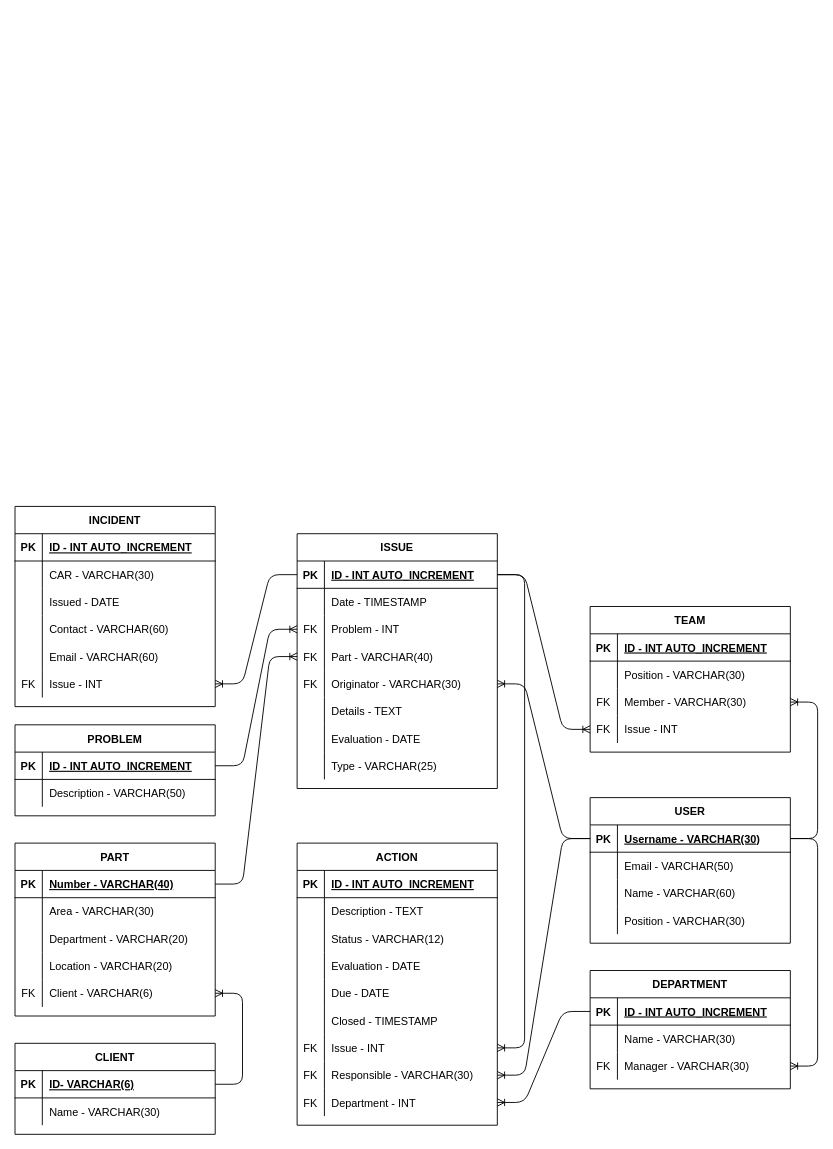
Earlier version of the draw.io diagram api/db/model/TableDiagram.drawio (FFahrenheit/ScrapActionListAPI). Source tidied: cells renumbered, new cells numbered last; positions are measured from the earlier drawing's top-left corner, leaving out a move shared by most shapes. Both pictures are drawn from the tidied source at 91%, with x=0, y=0 at pixel (15, 506).
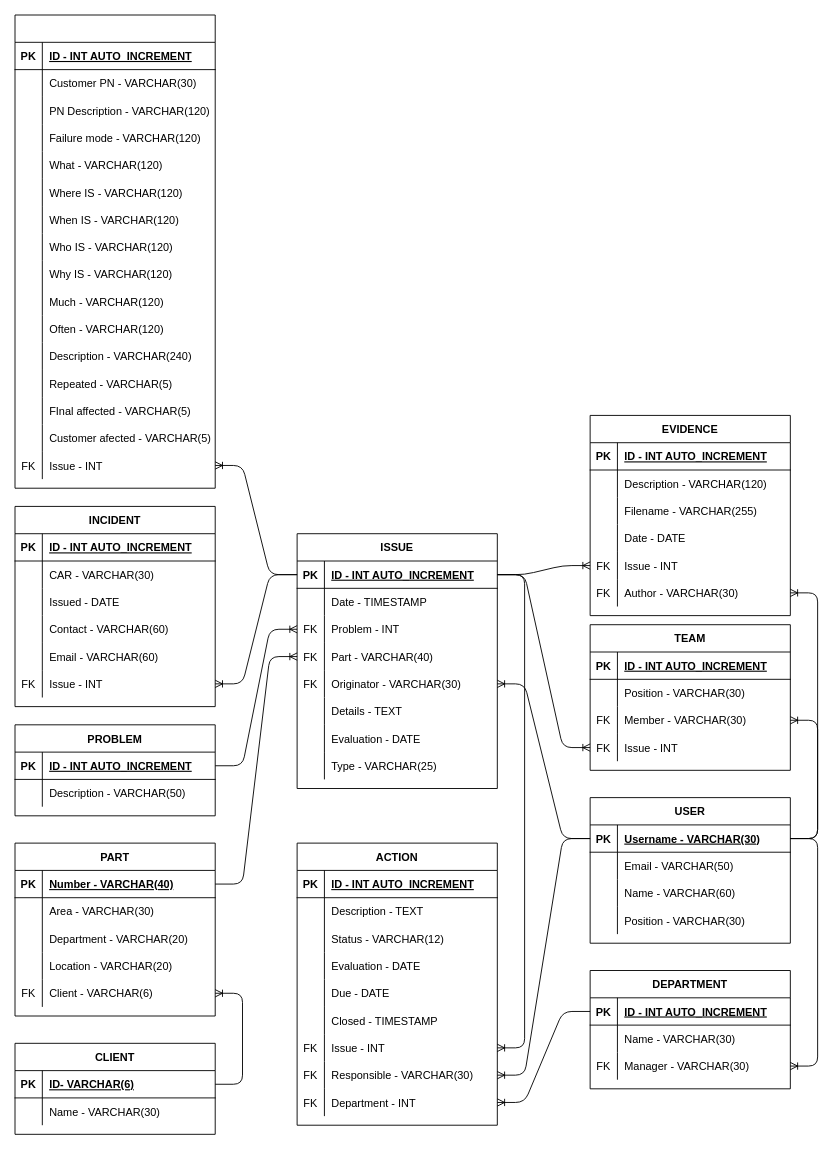
Above is the later version.

Commit message (it also covers changes not shown here):
Agregado diagrama de tablas y sentencias SQL

Unchanged cells that the change refers to:
```xml
<mxCell id="33" style="shape=partialRectangle;fillColor=none;top=0;left=0;bottom=1;right=0;points=[[0,0.5],[1,0.5]];portConstraint=eastwest;" parent="32" vertex="1">
  <mxGeometry y="30" width="220" height="30" as="geometry" />
</mxCell>
<mxCell id="58" style="shape=partialRectangle;fillColor=none;top=0;left=0;bottom=1;right=0;points=[[0,0.5],[1,0.5]];portConstraint=eastwest;" parent="57" vertex="1">
  <mxGeometry y="30" width="220" height="30" as="geometry" />
</mxCell>
```

The edit, as a diff of the source:
```diff
@@
     <mxCell id="116" value="TEAM" style="shape=table;startSize=30;childLayout=tableLayout;rowLines=0;fontStyle=1;align=center;" parent="1" vertex="1">
-      <mxGeometry x="632" y="110" width="220" height="160" as="geometry" />
+      <mxGeometry x="632" y="130" width="220" height="160" as="geometry" />
     </mxCell>
@@
+    <mxCell id="151" style="shape=table;startSize=30;childLayout=tableLayout;rowLines=0;fontStyle=1;align=center;" parent="1" vertex="1">
+      <mxGeometry y="-540" width="220" height="520" as="geometry" />
+    </mxCell>
+    <mxCell id="152" style="shape=partialRectangle;fillColor=none;top=0;left=0;bottom=1;right=0;" parent="151" vertex="1">
+      <mxGeometry y="30" width="220" height="30" as="geometry" />
+    </mxCell>
+    <mxCell id="153" value="PK" style="shape=partialRectangle;fillColor=none;top=0;left=0;bottom=0;right=0;fontStyle=1;overflow=hidden;" parent="152" vertex="1">
+      <mxGeometry width="30" height="30" as="geometry" />
+    </mxCell>
+    <mxCell id="154" value="ID - INT AUTO_INCREMENT" style="shape=partialRectangle;fillColor=none;top=0;left=0;bottom=0;right=0;align=left;spacingLeft=6;fontStyle=5;overflow=hidden;" parent="152" vertex="1">
+      <mxGeometry x="30" width="190" height="30" as="geometry" />
+    </mxCell>
+    <mxCell id="155" style="shape=partialRectangle;fillColor=none;top=0;left=0;bottom=0;right=0;" parent="151" vertex="1">
+      <mxGeometry y="60" width="220" height="30" as="geometry" />
+    </mxCell>
+    <mxCell id="156" style="shape=partialRectangle;fillColor=none;top=0;left=0;bottom=0;right=0;overflow=hidden;" parent="155" vertex="1">
+      <mxGeometry width="30" height="30" as="geometry" />
+    </mxCell>
+    <mxCell id="157" value="Customer PN - VARCHAR(30)" style="shape=partialRectangle;fillColor=none;top=0;left=0;bottom=0;right=0;align=left;spacingLeft=6;overflow=hidden;" parent="155" vertex="1">
+      <mxGeometry x="30" width="190" height="30" as="geometry" />
+    </mxCell>
+    <mxCell id="158" style="shape=partialRectangle;fillColor=none;top=0;left=0;bottom=0;right=0;" parent="151" vertex="1">
+      <mxGeometry y="90" width="220" height="30" as="geometry" />
+    </mxCell>
+    <mxCell id="159" style="shape=partialRectangle;fillColor=none;top=0;left=0;bottom=0;right=0;fontStyle=0;overflow=hidden;" parent="158" vertex="1">
+      <mxGeometry width="30" height="30" as="geometry" />
+    </mxCell>
+    <mxCell id="160" value="PN Description - VARCHAR(120)" style="shape=partialRectangle;fillColor=none;top=0;left=0;bottom=0;right=0;align=left;spacingLeft=6;fontStyle=0;overflow=hidden;" parent="158" vertex="1">
+      <mxGeometry x="30" width="190" height="30" as="geometry" />
+    </mxCell>
+    <mxCell id="161" style="shape=partialRectangle;fillColor=none;top=0;left=0;bottom=0;right=0;" parent="151" vertex="1">
+      <mxGeometry y="120" width="220" height="30" as="geometry" />
+    </mxCell>
+    <mxCell id="162" style="shape=partialRectangle;fillColor=none;top=0;left=0;bottom=0;right=0;fontStyle=0;overflow=hidden;" parent="161" vertex="1">
+      <mxGeometry width="30" height="30" as="geometry" />
+    </mxCell>
+    <mxCell id="163" value="Failure mode - VARCHAR(120)" style="shape=partialRectangle;fillColor=none;top=0;left=0;bottom=0;right=0;align=left;spacingLeft=6;fontStyle=0;overflow=hidden;" parent="161" vertex="1">
+      <mxGeometry x="30" width="190" height="30" as="geometry" />
+    </mxCell>
+    <mxCell id="164" style="shape=partialRectangle;fillColor=none;top=0;left=0;bottom=0;right=0;" parent="151" vertex="1">
+      <mxGeometry y="150" width="220" height="30" as="geometry" />
+    </mxCell>
+    <mxCell id="165" style="shape=partialRectangle;fillColor=none;top=0;left=0;bottom=0;right=0;overflow=hidden;" parent="164" vertex="1">
+      <mxGeometry width="30" height="30" as="geometry" />
+    </mxCell>
+    <mxCell id="166" value="What - VARCHAR(120)" style="shape=partialRectangle;fillColor=none;top=0;left=0;bottom=0;right=0;align=left;spacingLeft=6;overflow=hidden;" parent="164" vertex="1">
+      <mxGeometry x="30" width="190" height="30" as="geometry" />
+    </mxCell>
+    <mxCell id="167" style="shape=partialRectangle;fillColor=none;top=0;left=0;bottom=0;right=0;" parent="151" vertex="1">
+      <mxGeometry y="180" width="220" height="30" as="geometry" />
+    </mxCell>
+    <mxCell id="168" style="shape=partialRectangle;fillColor=none;top=0;left=0;bottom=0;right=0;overflow=hidden;" parent="167" vertex="1">
+      <mxGeometry width="30" height="30" as="geometry" />
+    </mxCell>
+    <mxCell id="169" value="Where IS - VARCHAR(120)" style="shape=partialRectangle;fillColor=none;top=0;left=0;bottom=0;right=0;align=left;spacingLeft=6;overflow=hidden;" parent="167" vertex="1">
+      <mxGeometry x="30" width="190" height="30" as="geometry" />
+    </mxCell>
+    <mxCell id="170" style="shape=partialRectangle;fillColor=none;top=0;left=0;bottom=0;right=0;" parent="151" vertex="1">
+      <mxGeometry y="210" width="220" height="30" as="geometry" />
+    </mxCell>
+    <mxCell id="171" style="shape=partialRectangle;fillColor=none;top=0;left=0;bottom=0;right=0;overflow=hidden;" parent="170" vertex="1">
+      <mxGeometry width="30" height="30" as="geometry" />
+    </mxCell>
+    <mxCell id="172" value="When IS - VARCHAR(120)" style="shape=partialRectangle;fillColor=none;top=0;left=0;bottom=0;right=0;align=left;spacingLeft=6;overflow=hidden;" parent="170" vertex="1">
+      <mxGeometry x="30" width="190" height="30" as="geometry" />
+    </mxCell>
+    <mxCell id="173" style="shape=partialRectangle;fillColor=none;top=0;left=0;bottom=0;right=0;" parent="151" vertex="1">
+      <mxGeometry y="240" width="220" height="30" as="geometry" />
+    </mxCell>
+    <mxCell id="174" style="shape=partialRectangle;fillColor=none;top=0;left=0;bottom=0;right=0;overflow=hidden;" parent="173" vertex="1">
+      <mxGeometry width="30" height="30" as="geometry" />
+    </mxCell>
+    <mxCell id="175" value="Who IS - VARCHAR(120)" style="shape=partialRectangle;fillColor=none;top=0;left=0;bottom=0;right=0;align=left;spacingLeft=6;overflow=hidden;" parent="173" vertex="1">
+      <mxGeometry x="30" width="190" height="30" as="geometry" />
+    </mxCell>
+    <mxCell id="176" style="shape=partialRectangle;fillColor=none;top=0;left=0;bottom=0;right=0;" parent="151" vertex="1">
+      <mxGeometry y="270" width="220" height="30" as="geometry" />
+    </mxCell>
+    <mxCell id="177" style="shape=partialRectangle;fillColor=none;top=0;left=0;bottom=0;right=0;overflow=hidden;" parent="176" vertex="1">
+      <mxGeometry width="30" height="30" as="geometry" />
+    </mxCell>
+    <mxCell id="178" value="Why IS - VARCHAR(120)" style="shape=partialRectangle;fillColor=none;top=0;left=0;bottom=0;right=0;align=left;spacingLeft=6;overflow=hidden;" parent="176" vertex="1">
+      <mxGeometry x="30" width="190" height="30" as="geometry" />
+    </mxCell>
+    <mxCell id="179" style="shape=partialRectangle;fillColor=none;top=0;left=0;bottom=0;right=0;" parent="151" vertex="1">
+      <mxGeometry y="300" width="220" height="30" as="geometry" />
+    </mxCell>
+    <mxCell id="180" style="shape=partialRectangle;fillColor=none;top=0;left=0;bottom=0;right=0;overflow=hidden;" parent="179" vertex="1">
+      <mxGeometry width="30" height="30" as="geometry" />
+    </mxCell>
+    <mxCell id="181" value="Much - VARCHAR(120)" style="shape=partialRectangle;fillColor=none;top=0;left=0;bottom=0;right=0;align=left;spacingLeft=6;overflow=hidden;" parent="179" vertex="1">
+      <mxGeometry x="30" width="190" height="30" as="geometry" />
+    </mxCell>
+    <mxCell id="182" style="shape=partialRectangle;fillColor=none;top=0;left=0;bottom=0;right=0;" parent="151" vertex="1">
+      <mxGeometry y="330" width="220" height="30" as="geometry" />
+    </mxCell>
+    <mxCell id="183" style="shape=partialRectangle;fillColor=none;top=0;left=0;bottom=0;right=0;overflow=hidden;" parent="182" vertex="1">
+      <mxGeometry width="30" height="30" as="geometry" />
+    </mxCell>
+    <mxCell id="184" value="Often - VARCHAR(120)" style="shape=partialRectangle;fillColor=none;top=0;left=0;bottom=0;right=0;align=left;spacingLeft=6;overflow=hidden;" parent="182" vertex="1">
+      <mxGeometry x="30" width="190" height="30" as="geometry" />
+    </mxCell>
+    <mxCell id="185" style="shape=partialRectangle;fillColor=none;top=0;left=0;bottom=0;right=0;" parent="151" vertex="1">
+      <mxGeometry y="360" width="220" height="30" as="geometry" />
+    </mxCell>
+    <mxCell id="186" style="shape=partialRectangle;fillColor=none;top=0;left=0;bottom=0;right=0;overflow=hidden;" parent="185" vertex="1">
+      <mxGeometry width="30" height="30" as="geometry" />
+    </mxCell>
+    <mxCell id="187" value="Description - VARCHAR(240)" style="shape=partialRectangle;fillColor=none;top=0;left=0;bottom=0;right=0;align=left;spacingLeft=6;overflow=hidden;" parent="185" vertex="1">
+      <mxGeometry x="30" width="190" height="30" as="geometry" />
+    </mxCell>
+    <mxCell id="188" style="shape=partialRectangle;fillColor=none;top=0;left=0;bottom=0;right=0;" parent="151" vertex="1">
+      <mxGeometry y="390" width="220" height="30" as="geometry" />
+    </mxCell>
+    <mxCell id="189" style="shape=partialRectangle;fillColor=none;top=0;left=0;bottom=0;right=0;overflow=hidden;" parent="188" vertex="1">
+      <mxGeometry width="30" height="30" as="geometry" />
+    </mxCell>
+    <mxCell id="190" value="Repeated - VARCHAR(5)" style="shape=partialRectangle;fillColor=none;top=0;left=0;bottom=0;right=0;align=left;spacingLeft=6;overflow=hidden;" parent="188" vertex="1">
+      <mxGeometry x="30" width="190" height="30" as="geometry" />
+    </mxCell>
+    <mxCell id="191" style="shape=partialRectangle;fillColor=none;top=0;left=0;bottom=0;right=0;" parent="151" vertex="1">
+      <mxGeometry y="420" width="220" height="30" as="geometry" />
+    </mxCell>
+    <mxCell id="192" style="shape=partialRectangle;fillColor=none;top=0;left=0;bottom=0;right=0;overflow=hidden;" parent="191" vertex="1">
+      <mxGeometry width="30" height="30" as="geometry" />
+    </mxCell>
+    <mxCell id="193" value="FInal affected - VARCHAR(5)" style="shape=partialRectangle;fillColor=none;top=0;left=0;bottom=0;right=0;align=left;spacingLeft=6;overflow=hidden;" parent="191" vertex="1">
+      <mxGeometry x="30" width="190" height="30" as="geometry" />
+    </mxCell>
+    <mxCell id="194" style="shape=partialRectangle;fillColor=none;top=0;left=0;bottom=0;right=0;" parent="151" vertex="1">
+      <mxGeometry y="450" width="220" height="30" as="geometry" />
+    </mxCell>
+    <mxCell id="195" style="shape=partialRectangle;fillColor=none;top=0;left=0;bottom=0;right=0;overflow=hidden;" parent="194" vertex="1">
+      <mxGeometry width="30" height="30" as="geometry" />
+    </mxCell>
+    <mxCell id="196" value="Customer afected - VARCHAR(5)" style="shape=partialRectangle;fillColor=none;top=0;left=0;bottom=0;right=0;align=left;spacingLeft=6;overflow=hidden;" parent="194" vertex="1">
+      <mxGeometry x="30" width="190" height="30" as="geometry" />
+    </mxCell>
+    <mxCell id="197" style="shape=partialRectangle;fillColor=none;top=0;left=0;bottom=0;right=0;points=[[0,0.5],[1,0.5]];portConstraint=eastwest;" parent="151" vertex="1">
+      <mxGeometry y="480" width="220" height="30" as="geometry" />
+    </mxCell>
+    <mxCell id="198" value="FK" style="shape=partialRectangle;fillColor=none;top=0;left=0;bottom=0;right=0;fontStyle=0;overflow=hidden;" parent="197" vertex="1">
+      <mxGeometry width="30" height="30" as="geometry" />
+    </mxCell>
+    <mxCell id="199" value="Issue - INT" style="shape=partialRectangle;fillColor=none;top=0;left=0;bottom=0;right=0;align=left;spacingLeft=6;fontStyle=0;overflow=hidden;" parent="197" vertex="1">
+      <mxGeometry x="30" width="190" height="30" as="geometry" />
+    </mxCell>
+    <mxCell id="200" style="edgeStyle=entityRelationEdgeStyle;fontSize=12;html=1;endArrow=ERoneToMany;shadow=0;exitX=0;exitY=0.5;exitDx=0;exitDy=0;" parent="1" edge="1" source="33" target="197">
+      <mxGeometry relative="1" as="geometry" />
+    </mxCell>
+    <mxCell id="201" value="EVIDENCE" style="shape=table;startSize=30;childLayout=tableLayout;rowLines=0;fontStyle=1;align=center;" parent="1" vertex="1">
+      <mxGeometry x="632" y="-100" width="220" height="220" as="geometry" />
+    </mxCell>
+    <mxCell id="202" style="shape=partialRectangle;fillColor=none;top=0;left=0;bottom=1;right=0;" parent="201" vertex="1">
+      <mxGeometry y="30" width="220" height="30" as="geometry" />
+    </mxCell>
+    <mxCell id="203" value="PK" style="shape=partialRectangle;fillColor=none;top=0;left=0;bottom=0;right=0;fontStyle=1;overflow=hidden;" parent="202" vertex="1">
+      <mxGeometry width="30" height="30" as="geometry" />
+    </mxCell>
+    <mxCell id="204" value="ID - INT AUTO_INCREMENT" style="shape=partialRectangle;fillColor=none;top=0;left=0;bottom=0;right=0;align=left;spacingLeft=6;fontStyle=5;overflow=hidden;" parent="202" vertex="1">
+      <mxGeometry x="30" width="190" height="30" as="geometry" />
+    </mxCell>
+    <mxCell id="205" style="shape=partialRectangle;fillColor=none;top=0;left=0;bottom=0;right=0;" parent="201" vertex="1">
+      <mxGeometry y="60" width="220" height="30" as="geometry" />
+    </mxCell>
+    <mxCell id="206" style="shape=partialRectangle;fillColor=none;top=0;left=0;bottom=0;right=0;overflow=hidden;" parent="205" vertex="1">
+      <mxGeometry width="30" height="30" as="geometry" />
+    </mxCell>
+    <mxCell id="207" value="Description - VARCHAR(120)" style="shape=partialRectangle;fillColor=none;top=0;left=0;bottom=0;right=0;align=left;spacingLeft=6;overflow=hidden;" parent="205" vertex="1">
+      <mxGeometry x="30" width="190" height="30" as="geometry" />
+    </mxCell>
+    <mxCell id="208" style="shape=partialRectangle;fillColor=none;top=0;left=0;bottom=0;right=0;" parent="201" vertex="1">
+      <mxGeometry y="90" width="220" height="30" as="geometry" />
+    </mxCell>
+    <mxCell id="209" style="shape=partialRectangle;fillColor=none;top=0;left=0;bottom=0;right=0;overflow=hidden;" parent="208" vertex="1">
+      <mxGeometry width="30" height="30" as="geometry" />
+    </mxCell>
+    <mxCell id="210" value="Filename - VARCHAR(255)" style="shape=partialRectangle;fillColor=none;top=0;left=0;bottom=0;right=0;align=left;spacingLeft=6;overflow=hidden;" parent="208" vertex="1">
+      <mxGeometry x="30" width="190" height="30" as="geometry" />
+    </mxCell>
+    <mxCell id="211" style="shape=partialRectangle;fillColor=none;top=0;left=0;bottom=0;right=0;" parent="201" vertex="1">
+      <mxGeometry y="120" width="220" height="30" as="geometry" />
+    </mxCell>
+    <mxCell id="212" style="shape=partialRectangle;fillColor=none;top=0;left=0;bottom=0;right=0;overflow=hidden;" parent="211" vertex="1">
+      <mxGeometry width="30" height="30" as="geometry" />
+    </mxCell>
+    <mxCell id="213" value="Date - DATE" style="shape=partialRectangle;fillColor=none;top=0;left=0;bottom=0;right=0;align=left;spacingLeft=6;overflow=hidden;" parent="211" vertex="1">
+      <mxGeometry x="30" width="190" height="30" as="geometry" />
+    </mxCell>
+    <mxCell id="214" style="shape=partialRectangle;fillColor=none;top=0;left=0;bottom=0;right=0;points=[[0,0.5],[1,0.5]];portConstraint=eastwest;" parent="201" vertex="1">
+      <mxGeometry y="150" width="220" height="30" as="geometry" />
+    </mxCell>
+    <mxCell id="215" value="FK" style="shape=partialRectangle;fillColor=none;top=0;left=0;bottom=0;right=0;fontStyle=0;overflow=hidden;" parent="214" vertex="1">
+      <mxGeometry width="30" height="30" as="geometry" />
+    </mxCell>
+    <mxCell id="216" value="Issue - INT " style="shape=partialRectangle;fillColor=none;top=0;left=0;bottom=0;right=0;align=left;spacingLeft=6;fontStyle=0;overflow=hidden;" parent="214" vertex="1">
+      <mxGeometry x="30" width="190" height="30" as="geometry" />
+    </mxCell>
+    <mxCell id="217" style="shape=partialRectangle;fillColor=none;top=0;left=0;bottom=0;right=0;points=[[0,0.5],[1,0.5]];portConstraint=eastwest;" parent="201" vertex="1">
+      <mxGeometry y="180" width="220" height="30" as="geometry" />
+    </mxCell>
+    <mxCell id="218" value="FK" style="shape=partialRectangle;fillColor=none;top=0;left=0;bottom=0;right=0;fontStyle=0;overflow=hidden;" parent="217" vertex="1">
+      <mxGeometry width="30" height="30" as="geometry" />
+    </mxCell>
+    <mxCell id="219" value="Author - VARCHAR(30)" style="shape=partialRectangle;fillColor=none;top=0;left=0;bottom=0;right=0;align=left;spacingLeft=6;fontStyle=0;overflow=hidden;" parent="217" vertex="1">
+      <mxGeometry x="30" width="190" height="30" as="geometry" />
+    </mxCell>
+    <mxCell id="220" style="edgeStyle=entityRelationEdgeStyle;fontSize=12;html=1;endArrow=ERoneToMany;shadow=0;" parent="1" edge="1" source="33" target="214">
+      <mxGeometry relative="1" as="geometry" />
+    </mxCell>
+    <mxCell id="221" style="edgeStyle=entityRelationEdgeStyle;fontSize=12;html=1;endArrow=ERoneToMany;shadow=0;entryX=1;entryY=0.5;entryDx=0;entryDy=0;exitX=1;exitY=0.5;exitDx=0;exitDy=0;" parent="1" edge="1" source="58" target="217">
+      <mxGeometry relative="1" as="geometry" />
+    </mxCell>
```
